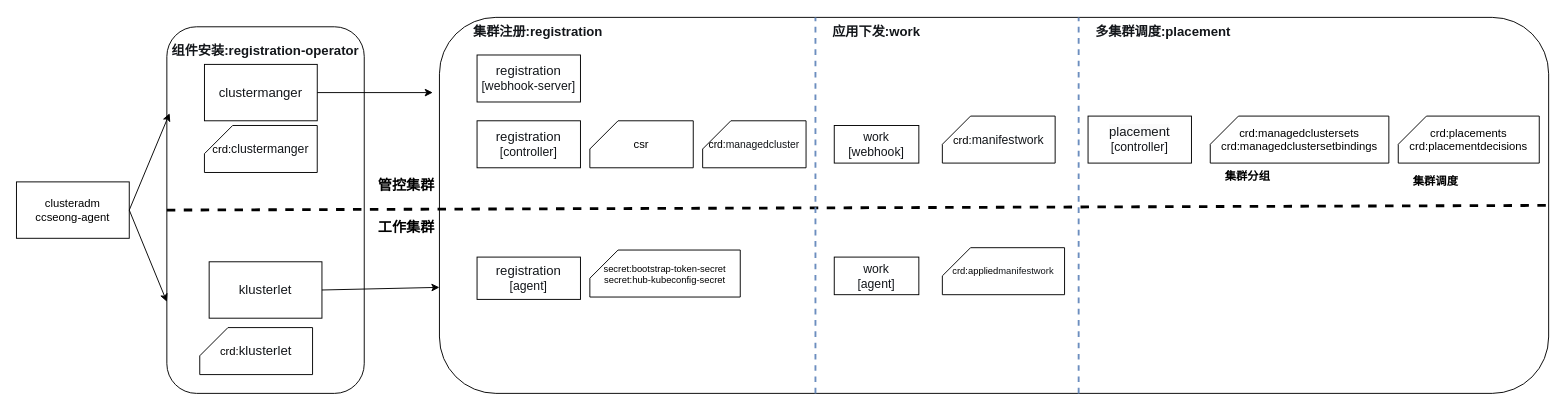
Before: page "第 6 页" (6 of 6) of drawio/ccseone迭代1.1.0.drawio in Tiny-VS-Lina/ccse, a draw.io diagram. Source tidied: cells renumbered, new cells numbered last; positions are measured from the earlier drawing's top-left corner, leaving out a move shared by most shapes. Both pictures are drawn from the tidied source at 94%, with x=0, y=0 at pixel (16, 17).
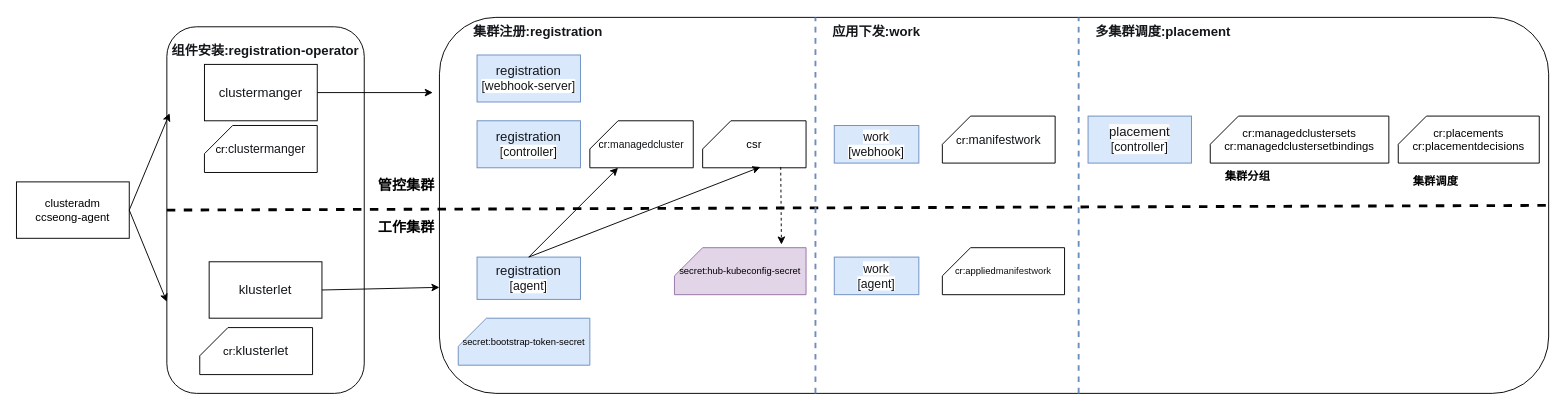
The same diagram, later.

What changed in the source:
```diff
@@
-    <mxCell id="8" value="&lt;div&gt;&lt;span style=&quot;color: rgb(19, 22, 26); font-family: Arial, &amp;quot;Segoe UI&amp;quot;, Helvetica, sans-serif; font-size: 14px; text-align: start; text-wrap: nowrap;&quot;&gt;registration&lt;/span&gt;&lt;span style=&quot;color: rgb(19, 22, 26); font-family: Arial, &amp;quot;Segoe UI&amp;quot;, Helvetica, sans-serif; font-size: 13px; text-align: start; text-wrap: nowrap; background-color: rgb(255, 255, 255);&quot;&gt;&lt;br&gt;&lt;/span&gt;&lt;/div&gt;&lt;span style=&quot;color: rgb(19, 22, 26); font-family: Arial, &amp;quot;Segoe UI&amp;quot;, Helvetica, sans-serif; font-size: 13px; text-align: start; text-wrap: nowrap; background-color: rgb(255, 255, 255);&quot;&gt;[controller]&lt;/span&gt;" style="rounded=0;whiteSpace=wrap;html=1;" parent="1" vertex="1">
+    <mxCell id="8" value="&lt;div&gt;&lt;span style=&quot;color: rgb(19, 22, 26); font-family: Arial, &amp;quot;Segoe UI&amp;quot;, Helvetica, sans-serif; font-size: 14px; text-align: start; text-wrap: nowrap;&quot;&gt;registration&lt;/span&gt;&lt;span style=&quot;color: rgb(19, 22, 26); font-family: Arial, &amp;quot;Segoe UI&amp;quot;, Helvetica, sans-serif; font-size: 13px; text-align: start; text-wrap: nowrap; background-color: rgb(255, 255, 255);&quot;&gt;&lt;br&gt;&lt;/span&gt;&lt;/div&gt;&lt;span style=&quot;color: rgb(19, 22, 26); font-family: Arial, &amp;quot;Segoe UI&amp;quot;, Helvetica, sans-serif; font-size: 13px; text-align: start; text-wrap: nowrap; background-color: rgb(255, 255, 255);&quot;&gt;[controller]&lt;/span&gt;" style="rounded=0;whiteSpace=wrap;html=1;fillColor=#dae8fc;strokeColor=#6c8ebf;" parent="1" vertex="1">
       <mxGeometry x="490" y="110" width="110" height="50" as="geometry" />
     </mxCell>
-    <mxCell id="9" value="&lt;div&gt;&lt;span style=&quot;color: rgb(19, 22, 26); font-family: Arial, &amp;quot;Segoe UI&amp;quot;, Helvetica, sans-serif; font-size: 14px; text-align: start; text-wrap: nowrap;&quot;&gt;registration&lt;/span&gt;&lt;span style=&quot;color: rgb(19, 22, 26); font-family: Arial, &amp;quot;Segoe UI&amp;quot;, Helvetica, sans-serif; font-size: 13px; text-align: start; text-wrap: nowrap; background-color: rgb(255, 255, 255);&quot;&gt;&lt;br&gt;&lt;/span&gt;&lt;/div&gt;&lt;span style=&quot;text-wrap: nowrap; color: rgb(19, 22, 26); font-family: Arial, &amp;quot;Segoe UI&amp;quot;, Helvetica, sans-serif; font-size: 13px; text-align: start; background-color: rgb(255, 255, 255);&quot;&gt;[webhook-server]&lt;/span&gt;" style="rounded=0;whiteSpace=wrap;html=1;" parent="1" vertex="1">
+    <mxCell id="9" value="&lt;div&gt;&lt;span style=&quot;color: rgb(19, 22, 26); font-family: Arial, &amp;quot;Segoe UI&amp;quot;, Helvetica, sans-serif; font-size: 14px; text-align: start; text-wrap: nowrap;&quot;&gt;registration&lt;/span&gt;&lt;span style=&quot;color: rgb(19, 22, 26); font-family: Arial, &amp;quot;Segoe UI&amp;quot;, Helvetica, sans-serif; font-size: 13px; text-align: start; text-wrap: nowrap; background-color: rgb(255, 255, 255);&quot;&gt;&lt;br&gt;&lt;/span&gt;&lt;/div&gt;&lt;span style=&quot;text-wrap: nowrap; color: rgb(19, 22, 26); font-family: Arial, &amp;quot;Segoe UI&amp;quot;, Helvetica, sans-serif; font-size: 13px; text-align: start; background-color: rgb(255, 255, 255);&quot;&gt;[webhook-server]&lt;/span&gt;" style="rounded=0;whiteSpace=wrap;html=1;fillColor=#dae8fc;strokeColor=#6c8ebf;" parent="1" vertex="1">
       <mxGeometry x="490" y="40" width="110" height="50" as="geometry" />
     </mxCell>
-    <mxCell id="10" value="&lt;div&gt;&lt;span style=&quot;color: rgb(19, 22, 26); font-family: Arial, &amp;quot;Segoe UI&amp;quot;, Helvetica, sans-serif; font-size: 14px; text-align: start; text-wrap: nowrap;&quot;&gt;registration&lt;/span&gt;&lt;span style=&quot;color: rgb(19, 22, 26); font-family: Arial, &amp;quot;Segoe UI&amp;quot;, Helvetica, sans-serif; font-size: 13px; text-align: start; text-wrap: nowrap; background-color: rgb(255, 255, 255);&quot;&gt;&lt;br&gt;&lt;/span&gt;&lt;/div&gt;&lt;span style=&quot;color: rgb(19, 22, 26); font-family: Arial, &amp;quot;Segoe UI&amp;quot;, Helvetica, sans-serif; font-size: 13px; text-align: start; text-wrap: nowrap; background-color: rgb(255, 255, 255);&quot;&gt;[agent]&lt;/span&gt;" style="rounded=0;whiteSpace=wrap;html=1;" parent="1" vertex="1">
+    <mxCell id="10" value="&lt;div&gt;&lt;span style=&quot;color: rgb(19, 22, 26); font-family: Arial, &amp;quot;Segoe UI&amp;quot;, Helvetica, sans-serif; font-size: 14px; text-align: start; text-wrap: nowrap;&quot;&gt;registration&lt;/span&gt;&lt;span style=&quot;color: rgb(19, 22, 26); font-family: Arial, &amp;quot;Segoe UI&amp;quot;, Helvetica, sans-serif; font-size: 13px; text-align: start; text-wrap: nowrap; background-color: rgb(255, 255, 255);&quot;&gt;&lt;br&gt;&lt;/span&gt;&lt;/div&gt;&lt;span style=&quot;color: rgb(19, 22, 26); font-family: Arial, &amp;quot;Segoe UI&amp;quot;, Helvetica, sans-serif; font-size: 13px; text-align: start; text-wrap: nowrap; background-color: rgb(255, 255, 255);&quot;&gt;[agent]&lt;/span&gt;" style="rounded=0;whiteSpace=wrap;html=1;fillColor=#dae8fc;strokeColor=#6c8ebf;" parent="1" vertex="1">
       <mxGeometry x="490" y="255" width="110" height="45" as="geometry" />
     </mxCell>
-    <mxCell id="11" value="crd:&lt;span style=&quot;color: rgb(19, 22, 26); font-family: Arial, &amp;quot;Segoe UI&amp;quot;, Helvetica, sans-serif; font-size: 14px; text-align: start; text-wrap: nowrap; background-color: rgb(255, 255, 255);&quot;&gt;klusterlet&lt;/span&gt;" style="shape=card;whiteSpace=wrap;html=1;" parent="1" vertex="1">
+    <mxCell id="11" value="cr:&lt;span style=&quot;color: rgb(19, 22, 26); font-family: Arial, &amp;quot;Segoe UI&amp;quot;, Helvetica, sans-serif; font-size: 14px; text-align: start; text-wrap: nowrap; background-color: rgb(255, 255, 255);&quot;&gt;klusterlet&lt;/span&gt;" style="shape=card;whiteSpace=wrap;html=1;" parent="1" vertex="1">
       <mxGeometry x="195" y="330" width="120" height="50" as="geometry" />
     </mxCell>
-    <mxCell id="12" value="crd:&lt;span style=&quot;color: rgb(19, 22, 26); font-family: Arial, &amp;quot;Segoe UI&amp;quot;, Helvetica, sans-serif; font-size: 13px; text-align: start; text-wrap: nowrap; background-color: rgb(255, 255, 255);&quot;&gt;clustermanger&lt;/span&gt;" style="shape=card;whiteSpace=wrap;html=1;" parent="1" vertex="1">
+    <mxCell id="12" value="cr:&lt;span style=&quot;color: rgb(19, 22, 26); font-family: Arial, &amp;quot;Segoe UI&amp;quot;, Helvetica, sans-serif; font-size: 13px; text-align: start; text-wrap: nowrap; background-color: rgb(255, 255, 255);&quot;&gt;clustermanger&lt;/span&gt;" style="shape=card;whiteSpace=wrap;html=1;" parent="1" vertex="1">
       <mxGeometry x="200" y="115" width="120" height="50" as="geometry" />
     </mxCell>
-    <mxCell id="13" value="crd:&lt;span style=&quot;color: rgb(19, 22, 26); font-family: Arial, &amp;quot;Segoe UI&amp;quot;, Helvetica, sans-serif; font-size: 11px; text-align: start; text-wrap: nowrap; background-color: rgb(255, 255, 255);&quot;&gt;managedcluster&lt;/span&gt;" style="shape=card;whiteSpace=wrap;html=1;fontSize=11;" parent="1" vertex="1">
-      <mxGeometry x="730" y="110" width="110" height="50" as="geometry" />
+    <mxCell id="13" value="cr:&lt;span style=&quot;color: rgb(19, 22, 26); font-family: Arial, &amp;quot;Segoe UI&amp;quot;, Helvetica, sans-serif; font-size: 11px; text-align: start; text-wrap: nowrap; background-color: rgb(255, 255, 255);&quot;&gt;managedcluster&lt;/span&gt;" style="shape=card;whiteSpace=wrap;html=1;fontSize=11;" parent="1" vertex="1">
+      <mxGeometry x="610" y="110" width="110" height="50" as="geometry" />
     </mxCell>
@@
-    <mxCell id="20" value="&lt;div&gt;&lt;span style=&quot;color: rgb(19, 22, 26); font-family: Arial, &amp;quot;Segoe UI&amp;quot;, Helvetica, sans-serif; font-size: 13px; text-align: start; text-wrap: nowrap; background-color: rgb(255, 255, 255);&quot;&gt;work&lt;/span&gt;&lt;/div&gt;&lt;span style=&quot;text-wrap: nowrap; color: rgb(19, 22, 26); font-family: Arial, &amp;quot;Segoe UI&amp;quot;, Helvetica, sans-serif; font-size: 13px; text-align: start; background-color: rgb(255, 255, 255);&quot;&gt;[webhook]&lt;/span&gt;" style="rounded=0;whiteSpace=wrap;html=1;" parent="1" vertex="1">
+    <mxCell id="20" value="&lt;div&gt;&lt;span style=&quot;color: rgb(19, 22, 26); font-family: Arial, &amp;quot;Segoe UI&amp;quot;, Helvetica, sans-serif; font-size: 13px; text-align: start; text-wrap: nowrap; background-color: rgb(255, 255, 255);&quot;&gt;work&lt;/span&gt;&lt;/div&gt;&lt;span style=&quot;text-wrap: nowrap; color: rgb(19, 22, 26); font-family: Arial, &amp;quot;Segoe UI&amp;quot;, Helvetica, sans-serif; font-size: 13px; text-align: start; background-color: rgb(255, 255, 255);&quot;&gt;[webhook]&lt;/span&gt;" style="rounded=0;whiteSpace=wrap;html=1;fillColor=#dae8fc;strokeColor=#6c8ebf;" parent="1" vertex="1">
       <mxGeometry x="870" y="115" width="90" height="40" as="geometry" />
     </mxCell>
-    <mxCell id="21" value="&lt;div&gt;&lt;span style=&quot;color: rgb(19, 22, 26); font-family: Arial, &amp;quot;Segoe UI&amp;quot;, Helvetica, sans-serif; font-size: 13px; text-align: start; text-wrap: nowrap; background-color: rgb(255, 255, 255);&quot;&gt;work&lt;/span&gt;&lt;/div&gt;&lt;span style=&quot;color: rgb(19, 22, 26); font-family: Arial, &amp;quot;Segoe UI&amp;quot;, Helvetica, sans-serif; font-size: 13px; text-align: start; text-wrap: nowrap; background-color: rgb(255, 255, 255);&quot;&gt;[agent]&lt;/span&gt;" style="rounded=0;whiteSpace=wrap;html=1;" parent="1" vertex="1">
+    <mxCell id="21" value="&lt;div&gt;&lt;span style=&quot;color: rgb(19, 22, 26); font-family: Arial, &amp;quot;Segoe UI&amp;quot;, Helvetica, sans-serif; font-size: 13px; text-align: start; text-wrap: nowrap; background-color: rgb(255, 255, 255);&quot;&gt;work&lt;/span&gt;&lt;/div&gt;&lt;span style=&quot;color: rgb(19, 22, 26); font-family: Arial, &amp;quot;Segoe UI&amp;quot;, Helvetica, sans-serif; font-size: 13px; text-align: start; text-wrap: nowrap; background-color: rgb(255, 255, 255);&quot;&gt;[agent]&lt;/span&gt;" style="rounded=0;whiteSpace=wrap;html=1;fillColor=#dae8fc;strokeColor=#6c8ebf;" parent="1" vertex="1">
       <mxGeometry x="870" y="255" width="90" height="40" as="geometry" />
     </mxCell>
@@
-    <mxCell id="25" value="crd:&lt;span style=&quot;color: rgb(19, 22, 26); font-family: Arial, &amp;quot;Segoe UI&amp;quot;, Helvetica, sans-serif; font-size: 13px; text-align: start; text-wrap: nowrap; background-color: rgb(255, 255, 255);&quot;&gt;manifestwork&lt;/span&gt;" style="shape=card;whiteSpace=wrap;html=1;" parent="1" vertex="1">
+    <mxCell id="25" value="cr:&lt;span style=&quot;color: rgb(19, 22, 26); font-family: Arial, &amp;quot;Segoe UI&amp;quot;, Helvetica, sans-serif; font-size: 13px; text-align: start; text-wrap: nowrap; background-color: rgb(255, 255, 255);&quot;&gt;manifestwork&lt;/span&gt;" style="shape=card;whiteSpace=wrap;html=1;" parent="1" vertex="1">
       <mxGeometry x="985" y="105" width="120" height="50" as="geometry" />
     </mxCell>
-    <mxCell id="26" value="&lt;font style=&quot;font-size: 10px;&quot;&gt;crd:applied&lt;span style=&quot;color: rgb(19, 22, 26); font-family: Arial, &amp;quot;Segoe UI&amp;quot;, Helvetica, sans-serif; text-align: start; text-wrap: nowrap; background-color: rgb(255, 255, 255);&quot;&gt;manifestwork&lt;/span&gt;&lt;/font&gt;" style="shape=card;whiteSpace=wrap;html=1;" parent="1" vertex="1">
+    <mxCell id="26" value="&lt;font style=&quot;font-size: 10px;&quot;&gt;cr:applied&lt;span style=&quot;color: rgb(19, 22, 26); font-family: Arial, &amp;quot;Segoe UI&amp;quot;, Helvetica, sans-serif; text-align: start; text-wrap: nowrap; background-color: rgb(255, 255, 255);&quot;&gt;manifestwork&lt;/span&gt;&lt;/font&gt;" style="shape=card;whiteSpace=wrap;html=1;" parent="1" vertex="1">
       <mxGeometry x="985" y="245" width="130" height="50" as="geometry" />
     </mxCell>
-    <mxCell id="27" value="&lt;div style=&quot;font-size: 10px;&quot;&gt;&lt;span style=&quot;font-size: 10px;&quot;&gt;secret:&lt;/span&gt;&lt;span style=&quot;background-color: initial; font-size: 10px;&quot;&gt;bootstrap-token-secret&lt;/span&gt;&lt;span style=&quot;font-size: 10px;&quot;&gt;&lt;br style=&quot;font-size: 10px;&quot;&gt;&lt;/span&gt;&lt;/div&gt;&lt;span style=&quot;font-size: 10px;&quot;&gt;secret:hub-kubeconfig-secret&lt;/span&gt;&lt;div style=&quot;font-size: 10px;&quot;&gt;&lt;/div&gt;&lt;div style=&quot;font-size: 10px;&quot;&gt;&lt;/div&gt;" style="shape=card;whiteSpace=wrap;html=1;fontSize=10;" parent="1" vertex="1">
-      <mxGeometry x="610" y="247.5" width="160" height="50" as="geometry" />
+    <mxCell id="27" value="&lt;div style=&quot;font-size: 10px;&quot;&gt;&lt;span style=&quot;background-color: initial;&quot;&gt;secret:hub-kubeconfig-secret&lt;/span&gt;&lt;br&gt;&lt;/div&gt;&lt;div style=&quot;font-size: 10px;&quot;&gt;&lt;/div&gt;&lt;div style=&quot;font-size: 10px;&quot;&gt;&lt;/div&gt;" style="shape=card;whiteSpace=wrap;html=1;fontSize=10;fillColor=#e1d5e7;strokeColor=#9673a6;" parent="1" vertex="1">
+      <mxGeometry x="700" y="245" width="140" height="50" as="geometry" />
     </mxCell>
     <mxCell id="28" value="csr" style="shape=card;whiteSpace=wrap;html=1;" parent="1" vertex="1">
-      <mxGeometry x="610" y="110" width="110" height="50" as="geometry" />
+      <mxGeometry x="730" y="110" width="110" height="50" as="geometry" />
     </mxCell>
@@
-    <mxCell id="31" value="&lt;div&gt;&lt;span style=&quot;color: rgb(19, 22, 26); font-family: Arial, &amp;quot;Segoe UI&amp;quot;, Helvetica, sans-serif; text-align: start; text-wrap: nowrap; font-size: 14px; background-color: rgb(251, 251, 251);&quot;&gt;placement&lt;/span&gt;&lt;/div&gt;&lt;div&gt;&lt;span style=&quot;background-color: rgb(255, 255, 255); color: rgb(19, 22, 26); font-family: Arial, &amp;quot;Segoe UI&amp;quot;, Helvetica, sans-serif; font-size: 13px; text-align: start; text-wrap: nowrap;&quot;&gt;[controller]&lt;/span&gt;&lt;/div&gt;" style="rounded=0;whiteSpace=wrap;html=1;" parent="1" vertex="1">
+    <mxCell id="31" value="&lt;div&gt;&lt;span style=&quot;color: rgb(19, 22, 26); font-family: Arial, &amp;quot;Segoe UI&amp;quot;, Helvetica, sans-serif; text-align: start; text-wrap: nowrap; font-size: 14px; background-color: rgb(251, 251, 251);&quot;&gt;placement&lt;/span&gt;&lt;/div&gt;&lt;div&gt;&lt;span style=&quot;background-color: rgb(255, 255, 255); color: rgb(19, 22, 26); font-family: Arial, &amp;quot;Segoe UI&amp;quot;, Helvetica, sans-serif; font-size: 13px; text-align: start; text-wrap: nowrap;&quot;&gt;[controller]&lt;/span&gt;&lt;/div&gt;" style="rounded=0;whiteSpace=wrap;html=1;fillColor=#dae8fc;strokeColor=#6c8ebf;" parent="1" vertex="1">
       <mxGeometry x="1140" y="105" width="110" height="50" as="geometry" />
     </mxCell>
@@
-    <mxCell id="34" value="crd:&lt;span&gt;&lt;span style=&quot;background-color: initial;&quot;&gt;managedclustersets&lt;/span&gt;&lt;div style=&quot;line-height: 100%;&quot; class=&quot;ql-code-block ql-long-394111 ql-authorBlock-394111 ql-direction-ltr&quot;&gt;crd:&lt;span style=&quot;background-color: initial;&quot;&gt;managedclustersetbindings&lt;/span&gt;&lt;/div&gt;&lt;/span&gt;" style="shape=card;whiteSpace=wrap;html=1;align=center;" parent="1" vertex="1">
+    <mxCell id="34" value="cr:&lt;span&gt;&lt;span style=&quot;background-color: initial;&quot;&gt;managedclustersets&lt;/span&gt;&lt;div style=&quot;line-height: 100%;&quot; class=&quot;ql-code-block ql-long-394111 ql-authorBlock-394111 ql-direction-ltr&quot;&gt;cr:&lt;span style=&quot;background-color: initial;&quot;&gt;managedclustersetbindings&lt;/span&gt;&lt;/div&gt;&lt;/span&gt;" style="shape=card;whiteSpace=wrap;html=1;align=center;" parent="1" vertex="1">
       <mxGeometry x="1270" y="105" width="190" height="50" as="geometry" />
     </mxCell>
-    <mxCell id="35" value="crd:&lt;span&gt;&lt;span style=&quot;background-color: initial;&quot;&gt;placements&lt;/span&gt;&lt;div style=&quot;line-height: 100%;&quot; class=&quot;ql-code-block ql-long-394111 ql-authorBlock-394111 ql-direction-ltr&quot;&gt;crd:&lt;span style=&quot;background-color: initial;&quot;&gt;placementdecisions&lt;/span&gt;&lt;/div&gt;&lt;/span&gt;" style="shape=card;whiteSpace=wrap;html=1;align=center;" parent="1" vertex="1">
+    <mxCell id="35" value="cr:&lt;span&gt;&lt;span style=&quot;background-color: initial;&quot;&gt;placements&lt;/span&gt;&lt;div style=&quot;line-height: 100%;&quot; class=&quot;ql-code-block ql-long-394111 ql-authorBlock-394111 ql-direction-ltr&quot;&gt;cr:&lt;span style=&quot;background-color: initial;&quot;&gt;placementdecisions&lt;/span&gt;&lt;/div&gt;&lt;/span&gt;" style="shape=card;whiteSpace=wrap;html=1;align=center;" parent="1" vertex="1">
       <mxGeometry x="1470" y="105" width="150" height="50" as="geometry" />
     </mxCell>
@@
+    <mxCell id="38" value="&lt;div style=&quot;font-size: 10px;&quot;&gt;&lt;span style=&quot;font-size: 10px;&quot;&gt;secret:&lt;/span&gt;&lt;span style=&quot;background-color: initial; font-size: 10px;&quot;&gt;bootstrap-token-secret&lt;/span&gt;&lt;/div&gt;&lt;div style=&quot;font-size: 10px;&quot;&gt;&lt;/div&gt;&lt;div style=&quot;font-size: 10px;&quot;&gt;&lt;/div&gt;" style="shape=card;whiteSpace=wrap;html=1;fontSize=10;fillColor=#dae8fc;strokeColor=#6c8ebf;" parent="1" vertex="1">
+      <mxGeometry x="470" y="320" width="140" height="50" as="geometry" />
+    </mxCell>
+    <mxCell id="39" style="endArrow=classic;html=1;rounded=0;exitX=0.5;exitY=0;exitDx=0;exitDy=0;" parent="1" edge="1" source="10" target="13">
+      <mxGeometry relative="1" as="geometry" />
+    </mxCell>
+    <mxCell id="40" style="endArrow=classic;html=1;rounded=0;exitX=0.5;exitY=0;exitDx=0;exitDy=0;entryX=0.558;entryY=0.984;entryDx=0;entryDy=0;entryPerimeter=0;" parent="1" edge="1" source="10" target="28">
+      <mxGeometry relative="1" as="geometry" />
+    </mxCell>
+    <mxCell id="41" style="endArrow=classic;html=1;rounded=0;exitX=0.755;exitY=0.984;exitDx=0;exitDy=0;exitPerimeter=0;entryX=0.813;entryY=-0.068;entryDx=0;entryDy=0;entryPerimeter=0;dashed=1;" parent="1" edge="1" source="28" target="27">
+      <mxGeometry relative="1" as="geometry" />
+    </mxCell>
```
